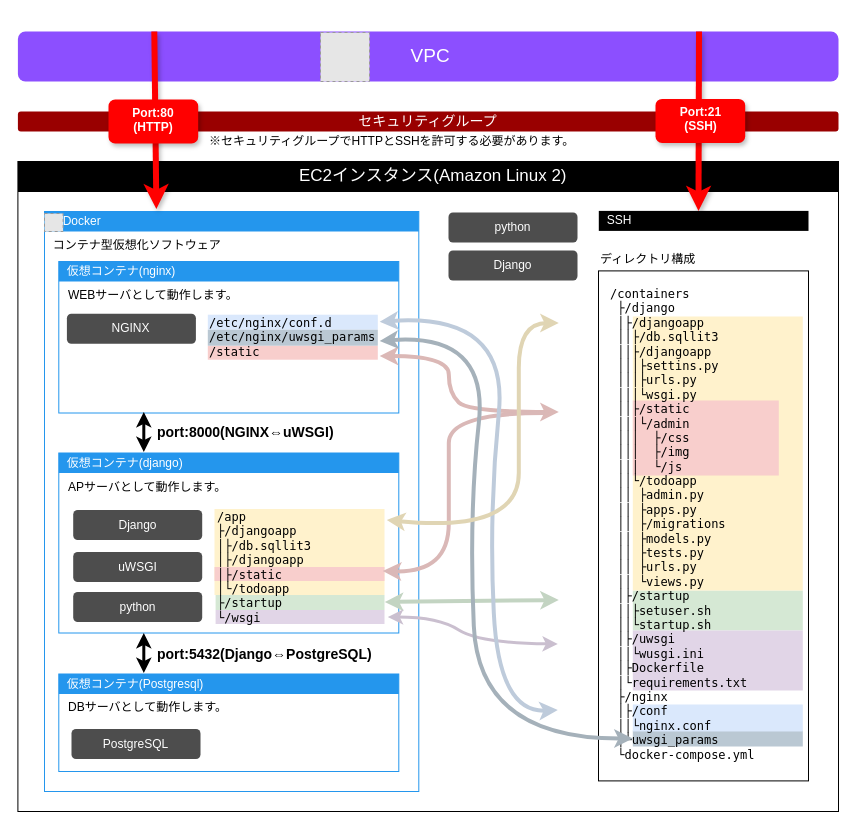
The draw.io diagram page "EC2イメージ" (3 of 10) of AWS研修_WEBアプリ_挿絵.drawio in reizo0901/Doc, before the edit. Source tidied: cells renumbered, new cells numbered last; positions are measured from the earlier drawing's top-left corner, leaving out a move shared by most shapes. Both pictures are drawn from the tidied source at 100%, with x=0, y=0 at pixel (17, 31). Pictures stored in the file or linked from it are replaced by grey dashed boxes.
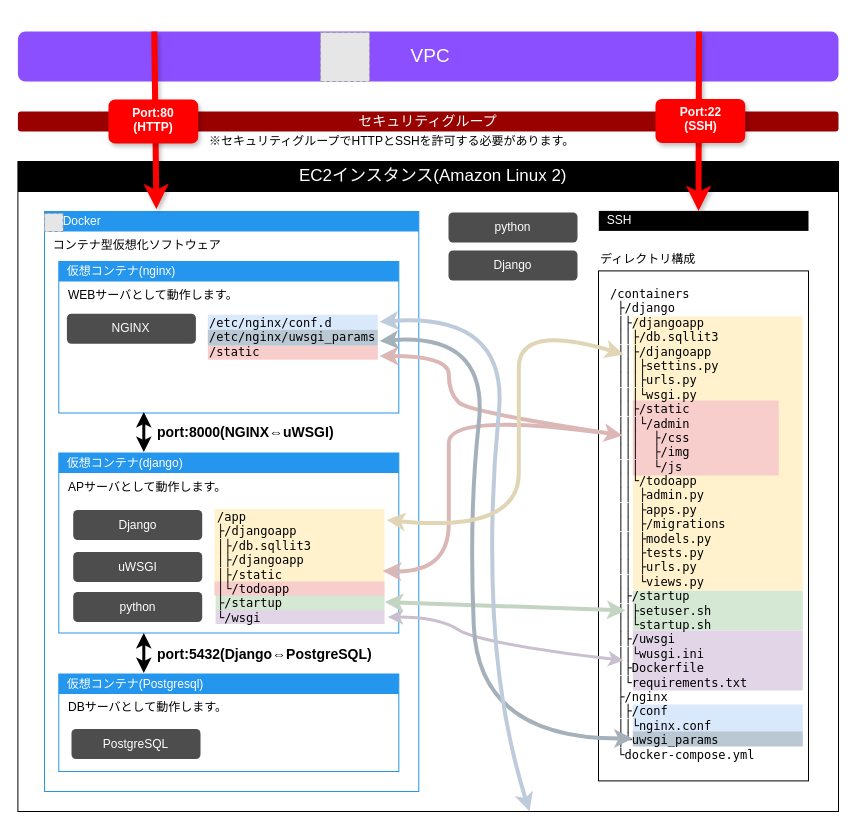
The same diagram, later.

Unchanged cells that the change refers to:
```xml
<mxCell id="2" style="rounded=0;whiteSpace=wrap;html=1;" parent="1" vertex="1">
  <mxGeometry x="0.4" y="130" width="820.6" height="650" as="geometry" />
</mxCell>
<mxCell id="29" style="group;" parent="1" vertex="1">
  <mxGeometry x="197" y="477.5" width="170" height="115" as="geometry" />
</mxCell>
```

What changed in the source:
```diff
@@
-    <mxCell id="33" style="rounded=0;whiteSpace=wrap;html=1;labelBackgroundColor=#CCE5FF;noLabel=1;fillColor=#f8cecc;strokeColor=none;" parent="1" vertex="1">
-      <mxGeometry x="197" y="535.5" width="170" height="14" as="geometry" />
+    <mxCell id="33" style="rounded=0;whiteSpace=wrap;html=1;labelBackgroundColor=#CCE5FF;noLabel=1;fillColor=#f8cecc;strokeColor=none;" parent="29" vertex="1">
+      <mxGeometry y="72.5" width="170" height="14" as="geometry" />
     </mxCell>
@@
     <mxCell id="43" style="curved=1;endArrow=classic;html=1;rounded=0;entryX=1;entryY=0.5;entryDx=0;entryDy=0;strokeColor=#DBB8B6;strokeWidth=4;startArrow=classic;startFill=1;" parent="1" edge="1">
       <mxGeometry relative="1" as="geometry">
-        <mxPoint x="541.3" y="380.5" as="sourcePoint" />
+        <mxPoint x="605" y="404" as="sourcePoint" />
         <mxPoint x="362.2" y="324.5" as="targetPoint" />
         <Array as="points">
           <mxPoint x="451.3" y="380.5" />
           <mxPoint x="431.3" y="361.5" />
           <mxPoint x="431.3" y="324.5" />
         </Array>
       </mxGeometry>
     </mxCell>
     <mxCell id="44" style="curved=1;endArrow=classic;html=1;rounded=0;entryX=1;entryY=0.5;entryDx=0;entryDy=0;strokeColor=#dab8b7;strokeWidth=4;" parent="1" edge="1">
       <mxGeometry relative="1" as="geometry">
-        <mxPoint x="527.3" y="381.5" as="sourcePoint" />
+        <mxPoint x="583" y="401" as="sourcePoint" />
         <mxPoint x="365.3" y="539.5" as="targetPoint" />
         <Array as="points">
           <mxPoint x="431.3" y="381.5" />
           <mxPoint x="431.3" y="441.5" />
           <mxPoint x="431.3" y="541.5" />
         </Array>
       </mxGeometry>
     </mxCell>
     <mxCell id="45" style="curved=1;endArrow=classic;html=1;rounded=0;strokeColor=#C3D4C2;strokeWidth=4;startArrow=classic;startFill=1;" parent="1" edge="1">
       <mxGeometry relative="1" as="geometry">
-        <mxPoint x="541.3" y="568.5" as="sourcePoint" />
+        <mxPoint x="608" y="579" as="sourcePoint" />
         <mxPoint x="367.3" y="570.5" as="targetPoint" />
       </mxGeometry>
     </mxCell>
     <mxCell id="46" style="curved=1;endArrow=classic;html=1;rounded=0;strokeColor=#CABFCF;strokeWidth=3;startArrow=classic;startFill=1;endFill=1;" parent="1" edge="1">
       <mxGeometry relative="1" as="geometry">
-        <mxPoint x="540.3" y="612.5" as="sourcePoint" />
+        <mxPoint x="606" y="629" as="sourcePoint" />
         <mxPoint x="370.3" y="585.5" as="targetPoint" />
         <Array as="points">
           <mxPoint x="461.3" y="611.5" />
           <mxPoint x="421.3" y="585.5" />
         </Array>
       </mxGeometry>
     </mxCell>
@@
-    <mxCell id="49" style="curved=1;endArrow=classic;html=1;rounded=0;entryX=1;entryY=0.25;entryDx=0;entryDy=0;strokeColor=#BECBDB;strokeWidth=4;startArrow=classic;startFill=1;" parent="1" edge="1">
+    <mxCell id="49" style="curved=1;endArrow=classic;html=1;rounded=0;entryX=1;entryY=0.25;entryDx=0;entryDy=0;strokeColor=#BECBDB;strokeWidth=4;startArrow=classic;startFill=1;" parent="1" edge="1" source="2">
       <mxGeometry relative="1" as="geometry">
-        <mxPoint x="540.3" y="678.5" as="sourcePoint" />
         <mxPoint x="362.2" y="290.2" as="targetPoint" />
         <Array as="points">
           <mxPoint x="481.3" y="681.5" />
           <mxPoint x="471.3" y="481.5" />
           <mxPoint x="491.3" y="281.5" />
         </Array>
       </mxGeometry>
     </mxCell>
     <mxCell id="50" style="curved=1;endArrow=classic;html=1;rounded=0;strokeColor=#E0D5B4;strokeWidth=4;startArrow=classic;startFill=1;" parent="1" edge="1">
       <mxGeometry relative="1" as="geometry">
-        <mxPoint x="541.3" y="291.5" as="sourcePoint" />
+        <mxPoint x="606" y="323" as="sourcePoint" />
         <mxPoint x="369.3" y="488.5" as="targetPoint" />
         <Array as="points">
           <mxPoint x="501.3" y="291.5" />
           <mxPoint x="501.3" y="381.5" />
           <mxPoint x="501.3" y="501.5" />
         </Array>
       </mxGeometry>
     </mxCell>
@@
-    <mxCell id="59" value="Port:21&lt;br&gt;(SSH)" style="text;html=1;strokeColor=none;fillColor=none;align=center;verticalAlign=top;whiteSpace=wrap;rounded=0;fontStyle=1;fontColor=#FFFFFF;" parent="1" vertex="1">
+    <mxCell id="59" value="Port:22&lt;br&gt;(SSH)" style="text;html=1;strokeColor=none;fillColor=none;align=center;verticalAlign=top;whiteSpace=wrap;rounded=0;fontStyle=1;fontColor=#FFFFFF;" parent="1" vertex="1">
       <mxGeometry x="653.5" y="67.4" width="58.6" height="30" as="geometry" />
     </mxCell>
```
